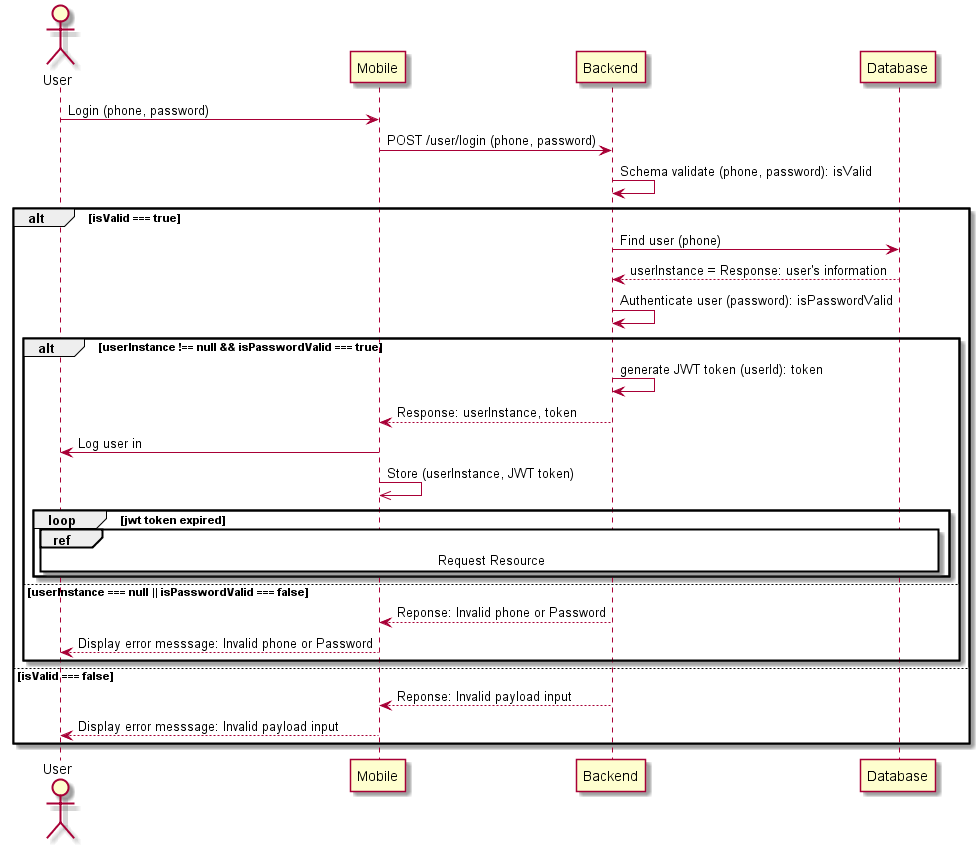
Above: out/diagrams/loginSequenceDiagram/loginSequenceDiagram.png in miketuannguyen/PizzaApp-PYCO (PlantUML), before the change.
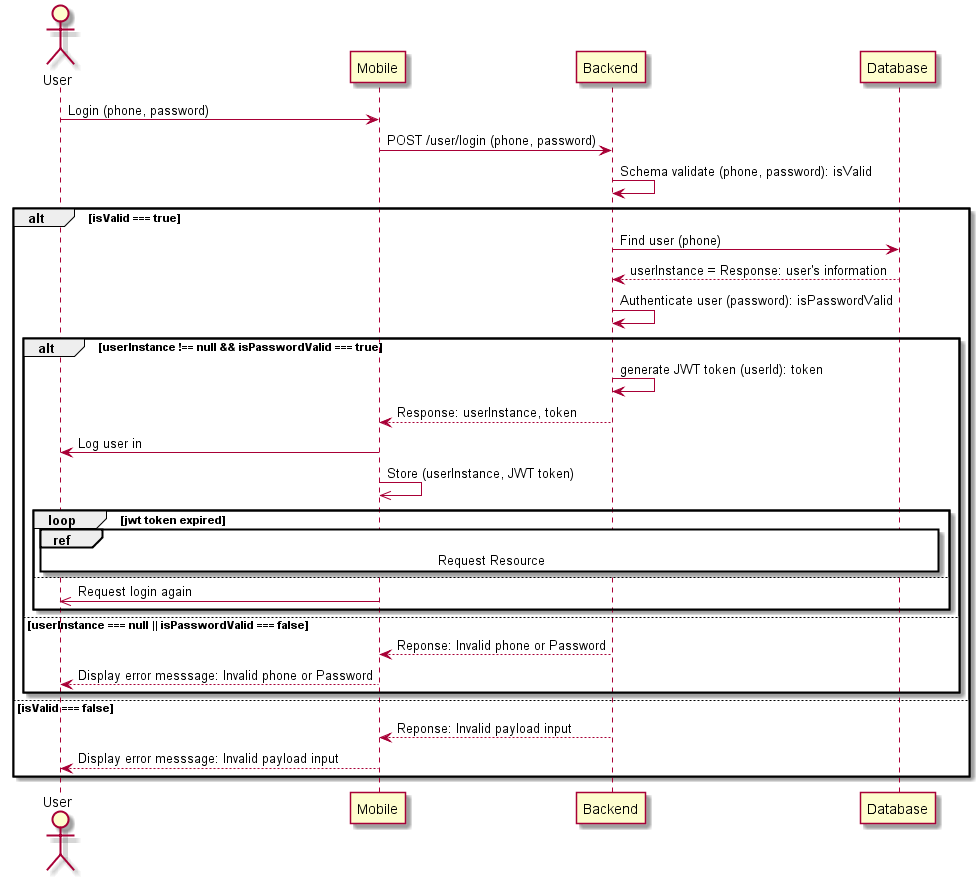
Later version of the same file.

Change to the diagram source:
```diff
@@ -17,6 +17,8 @@
 
     loop jwt token expired
       ref over User, Mobile, Backend, Database: Request Resource
+    else
+      Mobile ->> User: Request login again
     end
 
   else userInstance === null || isPasswordValid === false
```
